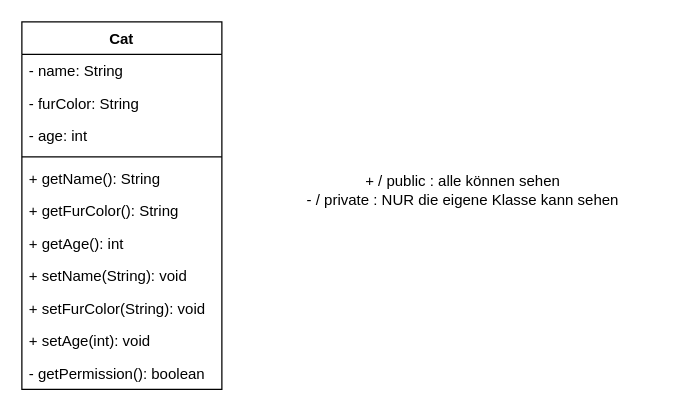
The draw.io diagram cat.drawio in RoyStrassberger/02c_Klassen_Objekte_2, before the edit. Source tidied: cells renumbered, new cells numbered last; positions are measured from the earlier drawing's top-left corner, leaving out a move shared by most shapes. Both pictures are drawn from the tidied source at 125%, with x=0, y=0 at pixel (21, 21).
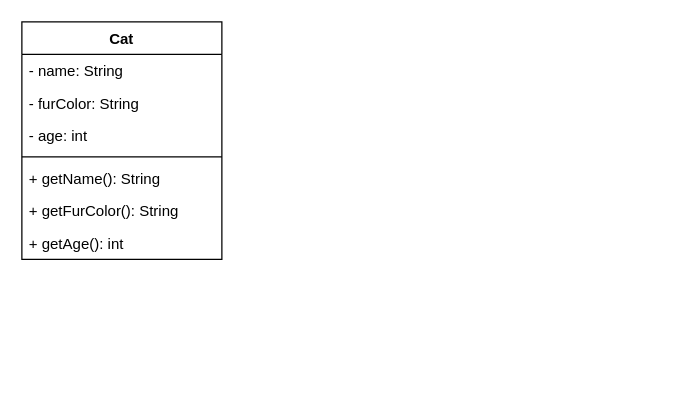
The same diagram, later.

The edit, as a diff of the source:
```diff
@@
 <mxGraphModel>
   <root>
     <mxCell id="0" />
     <mxCell id="1" parent="0" />
     <mxCell id="2" value="Cat" style="swimlane;fontStyle=1;align=center;verticalAlign=top;horizontal=1;startSize=26;" parent="1" vertex="1">
-      <mxGeometry width="160" height="294" as="geometry" />
+      <mxGeometry width="160" height="190" as="geometry" />
     </mxCell>
     <mxCell id="3" value="- name: String" style="text;strokeColor=none;fillColor=none;align=left;verticalAlign=top;spacingLeft=4;spacingRight=4;overflow=hidden;" parent="2" vertex="1">
       <mxGeometry y="26" width="160" height="26" as="geometry" />
     </mxCell>
     <mxCell id="4" value="- furColor: String" style="text;strokeColor=none;fillColor=none;align=left;verticalAlign=top;spacingLeft=4;spacingRight=4;overflow=hidden;" parent="2" vertex="1">
       <mxGeometry y="52" width="160" height="26" as="geometry" />
     </mxCell>
     <mxCell id="5" value="- age: int" style="text;strokeColor=none;fillColor=none;align=left;verticalAlign=top;spacingLeft=4;spacingRight=4;overflow=hidden;" parent="2" vertex="1">
       <mxGeometry y="78" width="160" height="26" as="geometry" />
     </mxCell>
     <mxCell id="6" style="line;strokeWidth=1;fillColor=none;align=left;verticalAlign=middle;spacingTop=-1;spacingLeft=3;spacingRight=3;labelPosition=right;" parent="2" vertex="1">
       <mxGeometry y="104" width="160" height="8" as="geometry" />
     </mxCell>
     <mxCell id="7" value="+ getName(): String" style="text;strokeColor=none;fillColor=none;align=left;verticalAlign=top;spacingLeft=4;spacingRight=4;overflow=hidden;" parent="2" vertex="1">
       <mxGeometry y="112" width="160" height="26" as="geometry" />
     </mxCell>
     <mxCell id="8" value="+ getFurColor(): String" style="text;strokeColor=none;fillColor=none;align=left;verticalAlign=top;spacingLeft=4;spacingRight=4;overflow=hidden;" parent="2" vertex="1">
       <mxGeometry y="138" width="160" height="26" as="geometry" />
     </mxCell>
     <mxCell id="9" value="+ getAge(): int" style="text;strokeColor=none;fillColor=none;align=left;verticalAlign=top;spacingLeft=4;spacingRight=4;overflow=hidden;" parent="2" vertex="1">
       <mxGeometry y="164" width="160" height="26" as="geometry" />
     </mxCell>
-    <mxCell id="10" value="+ setName(String): void" style="text;strokeColor=none;fillColor=none;align=left;verticalAlign=top;spacingLeft=4;spacingRight=4;overflow=hidden;" parent="2" vertex="1">
-      <mxGeometry y="190" width="160" height="26" as="geometry" />
-    </mxCell>
-    <mxCell id="11" value="+ setFurColor(String): void" style="text;strokeColor=none;fillColor=none;align=left;verticalAlign=top;spacingLeft=4;spacingRight=4;overflow=hidden;" parent="2" vertex="1">
-      <mxGeometry y="216" width="160" height="26" as="geometry" />
-    </mxCell>
-    <mxCell id="12" value="+ setAge(int): void" style="text;strokeColor=none;fillColor=none;align=left;verticalAlign=top;spacingLeft=4;spacingRight=4;overflow=hidden;" parent="2" vertex="1">
-      <mxGeometry y="242" width="160" height="26" as="geometry" />
-    </mxCell>
-    <mxCell id="13" value="- getPermission(): boolean" style="text;strokeColor=none;fillColor=none;align=left;verticalAlign=top;spacingLeft=4;spacingRight=4;overflow=hidden;" parent="2" vertex="1">
-      <mxGeometry y="268" width="160" height="26" as="geometry" />
-    </mxCell>
-    <mxCell id="14" value="+ / public : alle können sehen&lt;br&gt;- / private : NUR die eigene Klasse kann sehen" style="text;html=1;strokeColor=none;fillColor=none;align=center;verticalAlign=middle;whiteSpace=wrap;rounded=0;" parent="1" vertex="1">
-      <mxGeometry x="190" y="110" width="326" height="50" as="geometry" />
-    </mxCell>
   </root>
 </mxGraphModel>
```
